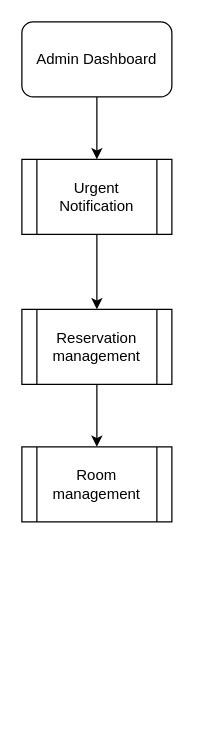
This is prodDocs/Algoritme/AdminDashboard.drawio from Conchero/ecf-back, a draw.io file, before an edit. Source tidied: cells renumbered, new cells numbered last; positions are measured from the earlier drawing's top-left corner, leaving out a move shared by most shapes. Both pictures are drawn from the tidied source at 125%, with x=0, y=0 at pixel (21, 21).
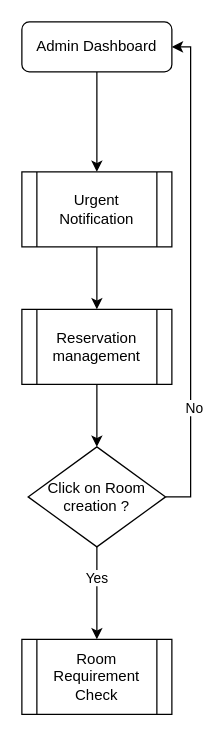
Above is the later version.

Commit message:
Mettre à jour AdminDashboard.drawio

Change to the diagram source:
```diff
@@
 <mxGraphModel>
   <root>
     <mxCell id="0" />
     <mxCell id="1" parent="0" />
     <mxCell id="2" style="edgeStyle=orthogonalEdgeStyle;rounded=0;jettySize=auto;html=1;" parent="1" edge="1" source="3" target="5">
       <mxGeometry relative="1" as="geometry" />
     </mxCell>
     <mxCell id="3" value="Admin Dashboard" style="rounded=1;whiteSpace=wrap;html=1;" parent="1" vertex="1">
-      <mxGeometry width="120" height="60" as="geometry" />
+      <mxGeometry width="120" height="40" as="geometry" />
     </mxCell>
     <mxCell id="4" style="edgeStyle=orthogonalEdgeStyle;rounded=0;jettySize=auto;html=1;" parent="1" edge="1" source="5" target="7">
       <mxGeometry relative="1" as="geometry" />
     </mxCell>
     <mxCell id="5" value="Urgent Notification" style="shape=process;whiteSpace=wrap;html=1;backgroundOutline=1;" parent="1" vertex="1">
-      <mxGeometry y="110" width="120" height="60" as="geometry" />
+      <mxGeometry y="120" width="120" height="60" as="geometry" />
     </mxCell>
-    <mxCell id="6" style="edgeStyle=orthogonalEdgeStyle;rounded=0;jettySize=auto;html=1;" parent="1" edge="1" source="7" target="8">
-      <mxGeometry relative="1" as="geometry" />
-    </mxCell>
+    <mxCell id="9" style="edgeStyle=orthogonalEdgeStyle;rounded=0;jettySize=auto;html=1;" parent="1" edge="1" source="7" target="14">
+      <mxGeometry relative="1" as="geometry" />
+    </mxCell>
     <mxCell id="7" value="Reservation management" style="shape=process;whiteSpace=wrap;html=1;backgroundOutline=1;" parent="1" vertex="1">
       <mxGeometry y="230" width="120" height="60" as="geometry" />
     </mxCell>
-    <mxCell id="8" value="Room management" style="shape=process;whiteSpace=wrap;html=1;backgroundOutline=1;" parent="1" vertex="1">
-      <mxGeometry y="340" width="120" height="60" as="geometry" />
-    </mxCell>
+    <mxCell id="10" style="edgeStyle=orthogonalEdgeStyle;rounded=0;jettySize=auto;html=1;entryX=1;entryY=0.5;entryDx=0;entryDy=0;exitX=1;exitY=0.5;exitDx=0;exitDy=0;" parent="1" edge="1" source="14" target="3">
+      <mxGeometry relative="1" as="geometry" />
+    </mxCell>
+    <mxCell id="11" value="No" style="edgeLabel;html=1;align=center;verticalAlign=middle;" parent="10" vertex="1">
+      <mxGeometry x="-0.54" y="-2" relative="1" as="geometry">
+        <mxPoint y="-1" as="offset" />
+      </mxGeometry>
+    </mxCell>
+    <mxCell id="12" style="edgeStyle=orthogonalEdgeStyle;rounded=0;jettySize=auto;html=1;" parent="1" edge="1" source="14" target="15">
+      <mxGeometry relative="1" as="geometry" />
+    </mxCell>
+    <mxCell id="13" value="Yes" style="edgeLabel;html=1;align=center;verticalAlign=middle;" parent="12" vertex="1">
+      <mxGeometry x="-0.33" y="-1" relative="1" as="geometry">
+        <mxPoint y="-1" as="offset" />
+      </mxGeometry>
+    </mxCell>
+    <mxCell id="14" value="Click on Room creation ?" style="rhombus;whiteSpace=wrap;html=1;" parent="1" vertex="1">
+      <mxGeometry x="5" y="340" width="110" height="80" as="geometry" />
+    </mxCell>
+    <mxCell id="15" value="Room Requirement Check" style="shape=process;whiteSpace=wrap;html=1;backgroundOutline=1;" parent="1" vertex="1">
+      <mxGeometry y="494" width="120" height="60" as="geometry" />
+    </mxCell>
   </root>
 </mxGraphModel>
```
